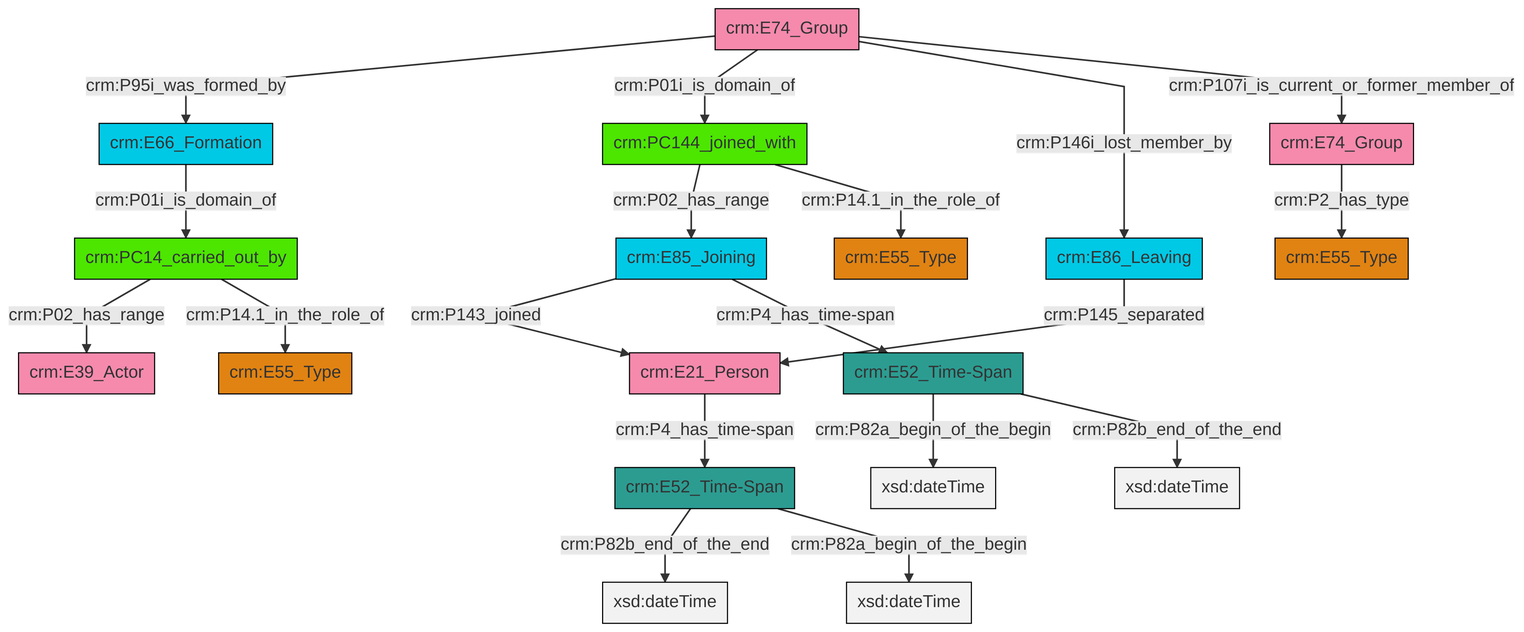
swiss-art-research-net/docs.swissartresearch keeps this Mermaid diagram as et/groupCSV/ttl/mmd/png/group_actor_relations.png. Above is the earlier version. Its source is kept beside it as et/groupCSV/ttl/mmd/group_actor_relations.ttl.mmd.
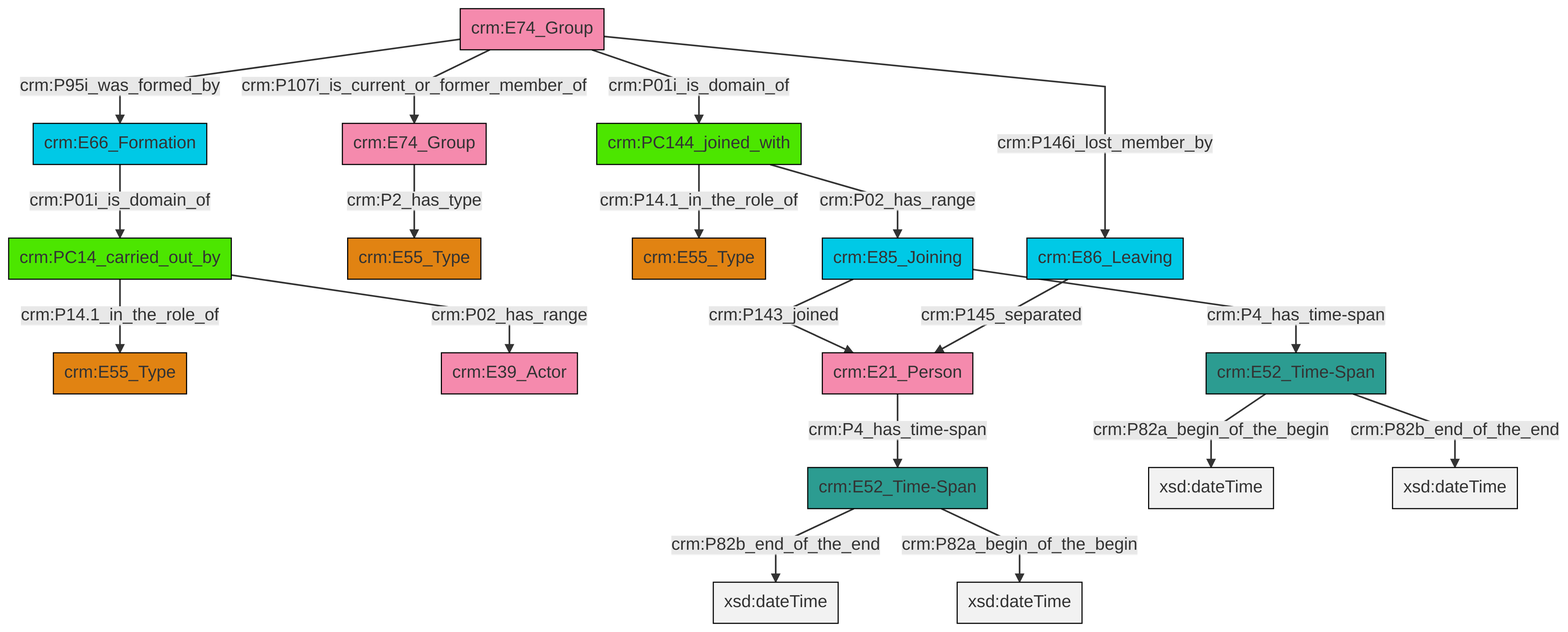
The same diagram one commit later.

Diff of the diagram source:
```diff
@@ -13,21 +13,21 @@
 classDef PC_Classes fill:#4ce600, stroke:#000000;
 classDef Multi fill:#cccccc,stroke:#000000;
 
-0["crm:E74_Group"]:::Actor -->|crm:P95i_was_formed_by| 1["crm:E66_Formation"]:::Temporal_Entity
-0["crm:E74_Group"]:::Actor -->|crm:P01i_is_domain_of| 8["crm:PC144_joined_with"]:::PC_Classes
-1["crm:E66_Formation"]:::Temporal_Entity -->|crm:P01i_is_domain_of| 11["crm:PC14_carried_out_by"]:::PC_Classes
-12["crm:E86_Leaving"]:::Temporal_Entity -->|crm:P145_separated| 9["crm:E21_Person"]:::Actor
-0["crm:E74_Group"]:::Actor -->|crm:P146i_lost_member_by| 12["crm:E86_Leaving"]:::Temporal_Entity
-8["crm:PC144_joined_with"]:::PC_Classes -->|crm:P02_has_range| 15["crm:E85_Joining"]:::Temporal_Entity
-16["crm:E52_Time-Span"]:::Time-Span -->|crm:P82b_end_of_the_end| 17[xsd:dateTime]:::Literal
-9["crm:E21_Person"]:::Actor -->|crm:P4_has_time-span| 16["crm:E52_Time-Span"]:::Time-Span
-8["crm:PC144_joined_with"]:::PC_Classes -->|crm:P14.1_in_the_role_of| 13["crm:E55_Type"]:::Type
-20["crm:E52_Time-Span"]:::Time-Span -->|crm:P82a_begin_of_the_begin| 21[xsd:dateTime]:::Literal
-0["crm:E74_Group"]:::Actor -->|crm:P107i_is_current_or_former_member_of| 6["crm:E74_Group"]:::Actor
-15["crm:E85_Joining"]:::Temporal_Entity -->|crm:P143_joined| 9["crm:E21_Person"]:::Actor
-11["crm:PC14_carried_out_by"]:::PC_Classes -->|crm:P02_has_range| 2["crm:E39_Actor"]:::Actor
-15["crm:E85_Joining"]:::Temporal_Entity -->|crm:P4_has_time-span| 20["crm:E52_Time-Span"]:::Time-Span
-20["crm:E52_Time-Span"]:::Time-Span -->|crm:P82b_end_of_the_end| 27[xsd:dateTime]:::Literal
-11["crm:PC14_carried_out_by"]:::PC_Classes -->|crm:P14.1_in_the_role_of| 22["crm:E55_Type"]:::Type
-16["crm:E52_Time-Span"]:::Time-Span -->|crm:P82a_begin_of_the_begin| 34[xsd:dateTime]:::Literal
-6["crm:E74_Group"]:::Actor -->|crm:P2_has_type| 4["crm:E55_Type"]:::Type
+0["crm:PC14_carried_out_by"]:::PC_Classes -->|crm:P14.1_in_the_role_of| 1["crm:E55_Type"]:::Type
+2["crm:E52_Time-Span"]:::Time-Span -->|crm:P82b_end_of_the_end| 3[xsd:dateTime]:::Literal
+2["crm:E52_Time-Span"]:::Time-Span -->|crm:P82a_begin_of_the_begin| 7[xsd:dateTime]:::Literal
+8["crm:E74_Group"]:::Actor -->|crm:P01i_is_domain_of| 9["crm:PC144_joined_with"]:::PC_Classes
+0["crm:PC14_carried_out_by"]:::PC_Classes -->|crm:P02_has_range| 14["crm:E39_Actor"]:::Actor
+15["crm:E74_Group"]:::Actor -->|crm:P2_has_type| 5["crm:E55_Type"]:::Type
+16["crm:E85_Joining"]:::Temporal_Entity -->|crm:P143_joined| 17["crm:E21_Person"]:::Actor
+16["crm:E85_Joining"]:::Temporal_Entity -->|crm:P4_has_time-span| 18["crm:E52_Time-Span"]:::Time-Span
+19["crm:E66_Formation"]:::Temporal_Entity -->|crm:P01i_is_domain_of| 0["crm:PC14_carried_out_by"]:::PC_Classes
+17["crm:E21_Person"]:::Actor -->|crm:P4_has_time-span| 2["crm:E52_Time-Span"]:::Time-Span
+8["crm:E74_Group"]:::Actor -->|crm:P107i_is_current_or_former_member_of| 15["crm:E74_Group"]:::Actor
+9["crm:PC144_joined_with"]:::PC_Classes -->|crm:P02_has_range| 16["crm:E85_Joining"]:::Temporal_Entity
+21["crm:E86_Leaving"]:::Temporal_Entity -->|crm:P145_separated| 17["crm:E21_Person"]:::Actor
+9["crm:PC144_joined_with"]:::PC_Classes -->|crm:P14.1_in_the_role_of| 11["crm:E55_Type"]:::Type
+18["crm:E52_Time-Span"]:::Time-Span -->|crm:P82a_begin_of_the_begin| 25[xsd:dateTime]:::Literal
+8["crm:E74_Group"]:::Actor -->|crm:P95i_was_formed_by| 19["crm:E66_Formation"]:::Temporal_Entity
+18["crm:E52_Time-Span"]:::Time-Span -->|crm:P82b_end_of_the_end| 30[xsd:dateTime]:::Literal
+8["crm:E74_Group"]:::Actor -->|crm:P146i_lost_member_by| 21["crm:E86_Leaving"]:::Temporal_Entity
```
